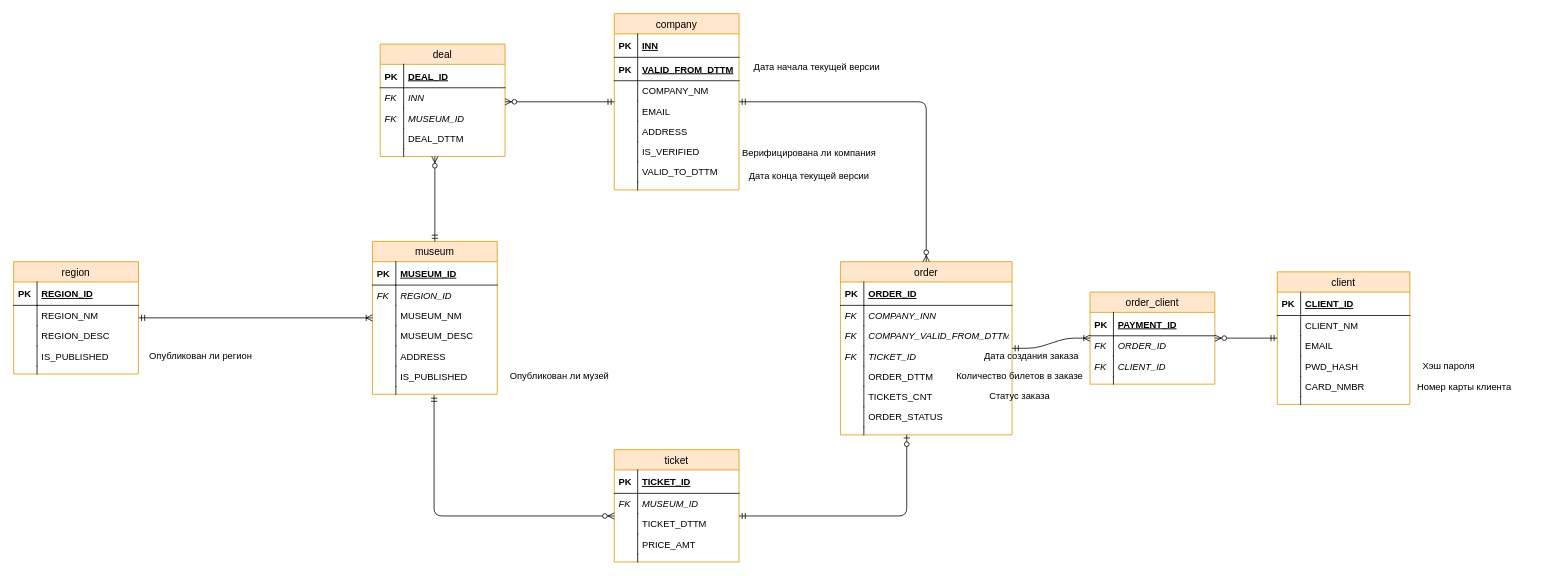
Before: LogicalModel.drawio in romanovsavelij/DatabaseCoursePractice, a draw.io diagram. Source tidied: cells renumbered, new cells numbered last; positions are measured from the earlier drawing's top-left corner, leaving out a move shared by most shapes. Both pictures are drawn from the tidied source at 78%, with x=0, y=0 at pixel (13, 13).
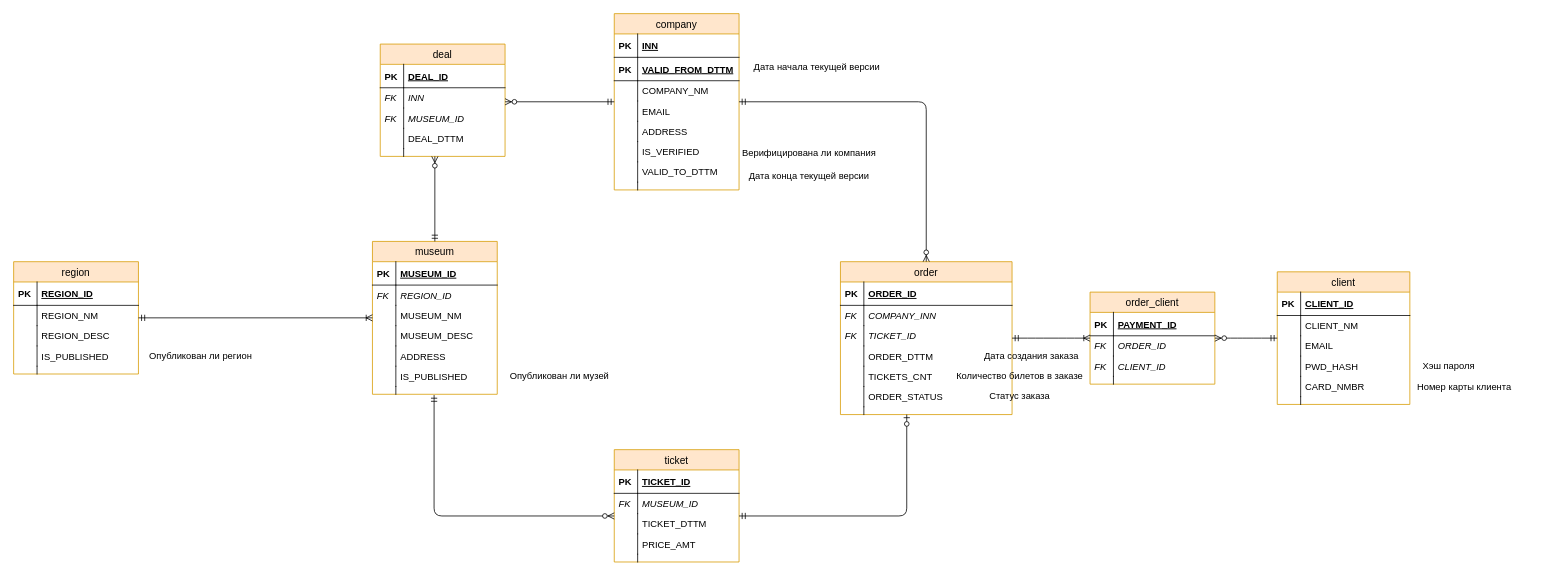
The same page after the edit.

Change to the diagram source:
```diff
@@
     <mxCell id="57" value="order" style="swimlane;fontStyle=0;horizontal=1;startSize=26;fillColor=#ffe6cc;swimlaneFillColor=#ffffff;align=center;strokeWidth=1;fontSize=13;strokeColor=#d79b00;" parent="1" vertex="1">
-      <mxGeometry x="1060" y="318" width="220" height="222" as="geometry" />
+      <mxGeometry x="1060" y="318" width="220" height="196" as="geometry" />
     </mxCell>
@@
-    <mxCell id="62" value="COMPANY_VALID_FROM_DTTM" style="shape=partialRectangle;top=0;left=0;right=0;bottom=0;align=left;verticalAlign=top;fillColor=none;spacingLeft=34;spacingRight=4;overflow=hidden;fontStyle=2;" parent="57" vertex="1">
-      <mxGeometry y="82" width="220" height="26" as="geometry" />
-    </mxCell>
-    <mxCell id="63" value="FK" style="shape=partialRectangle;top=0;left=0;bottom=0;fillColor=none;align=left;verticalAlign=top;spacingLeft=4;spacingRight=4;overflow=hidden;fontStyle=2;" parent="62" vertex="1">
-      <mxGeometry width="30" height="26" as="geometry" />
-    </mxCell>
     <mxCell id="64" value="TICKET_ID" style="shape=partialRectangle;top=0;left=0;right=0;bottom=0;align=left;verticalAlign=top;fillColor=none;spacingLeft=34;spacingRight=4;overflow=hidden;fontStyle=2;" parent="57" vertex="1">
-      <mxGeometry y="108" width="220" height="26" as="geometry" />
+      <mxGeometry y="82" width="220" height="26" as="geometry" />
     </mxCell>
@@
     <mxCell id="66" value="ORDER_DTTM" style="shape=partialRectangle;top=0;left=0;right=0;bottom=0;align=left;verticalAlign=top;fillColor=none;spacingLeft=34;spacingRight=4;overflow=hidden;" parent="57" vertex="1">
-      <mxGeometry y="134" width="220" height="26" as="geometry" />
+      <mxGeometry y="108" width="220" height="26" as="geometry" />
     </mxCell>
@@
     <mxCell id="68" value="TICKETS_CNT" style="shape=partialRectangle;top=0;left=0;right=0;bottom=0;align=left;verticalAlign=top;fillColor=none;spacingLeft=34;spacingRight=4;overflow=hidden;" parent="57" vertex="1">
-      <mxGeometry y="160" width="220" height="26" as="geometry" />
+      <mxGeometry y="134" width="220" height="26" as="geometry" />
     </mxCell>
@@
     <mxCell id="70" value="ORDER_STATUS" style="shape=partialRectangle;top=0;left=0;right=0;bottom=0;align=left;verticalAlign=top;fillColor=none;spacingLeft=34;spacingRight=4;overflow=hidden;" parent="57" vertex="1">
-      <mxGeometry y="186" width="220" height="26" as="geometry" />
+      <mxGeometry y="160" width="220" height="26" as="geometry" />
     </mxCell>
@@
     <mxCell id="72" style="shape=partialRectangle;top=0;left=0;right=0;bottom=0;align=left;verticalAlign=top;fillColor=none;spacingLeft=34;spacingRight=4;overflow=hidden;points=[[0,0.5],[1,0.5]];portConstraint=eastwest;" parent="57" vertex="1">
-      <mxGeometry y="212" width="220" height="10" as="geometry" />
+      <mxGeometry y="186" width="220" height="10" as="geometry" />
     </mxCell>
```
